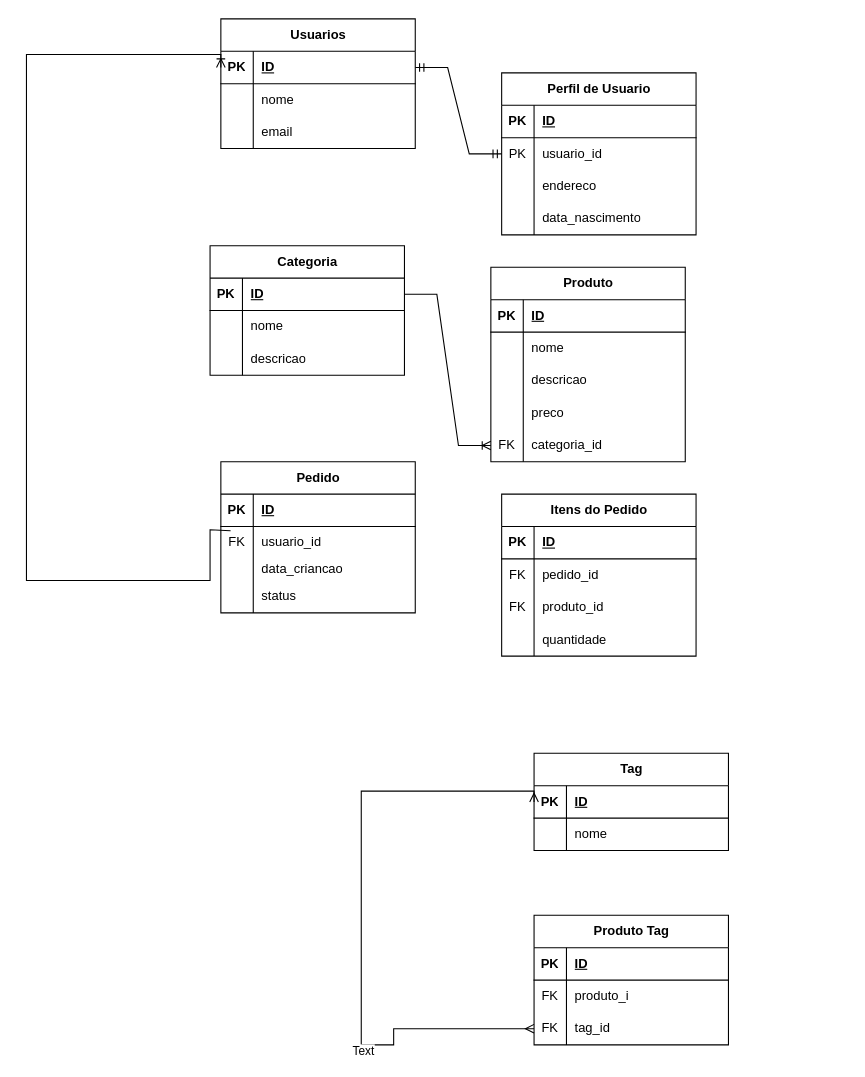
The draw.io diagram Diagrama sem nome.drawio in HamzaRP/projeto-naruto, before the edit. Source tidied: cells renumbered, new cells numbered last; positions are measured from the earlier drawing's top-left corner, leaving out a move shared by most shapes. Both pictures are drawn from the tidied source at 108%, with x=0, y=0 at pixel (26, 18).
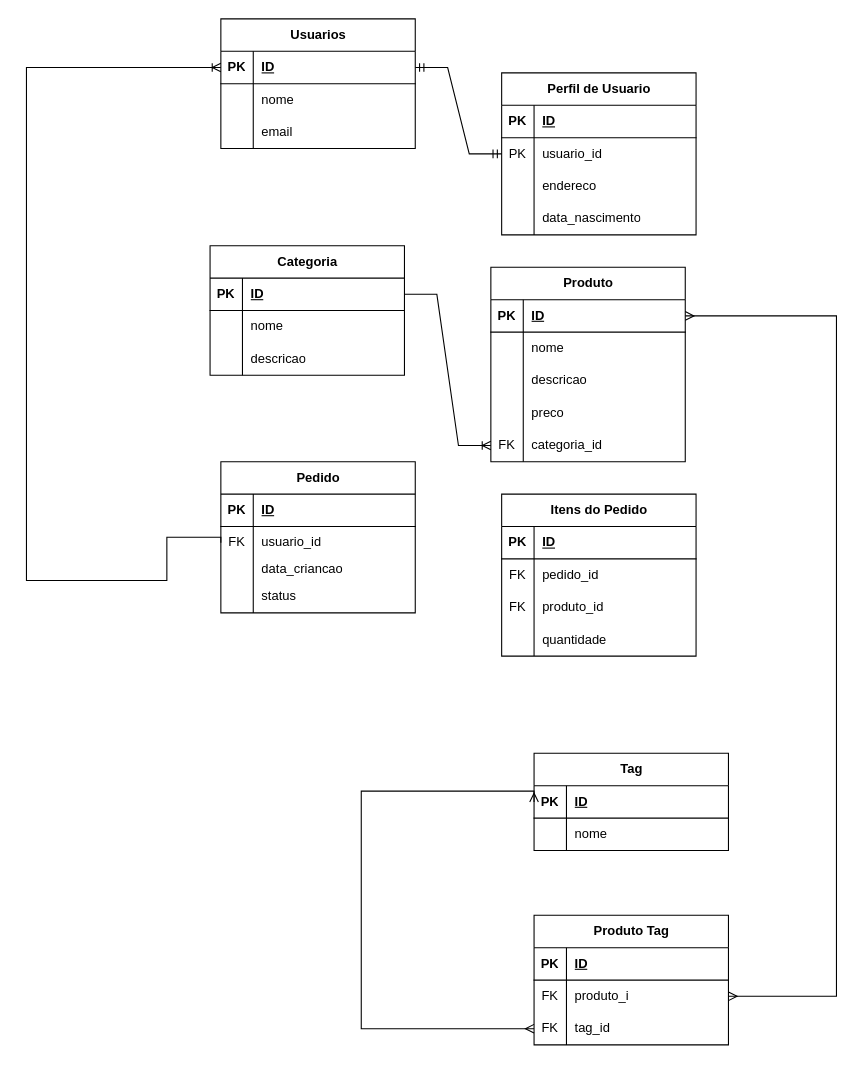
The same page after the edit.

The change refers to these unchanged cells:
```xml
<mxCell id="3" style="shape=tableRow;horizontal=0;startSize=0;swimlaneHead=0;swimlaneBody=0;fillColor=none;points=[[0,0.5],[1,0.5]];portConstraint=eastwest;top=0;left=0;right=0;bottom=1;" parent="2" vertex="1">
  <mxGeometry y="30" width="180" height="30" as="geometry" />
</mxCell>
<mxCell id="36" style="shape=tableRow;horizontal=0;startSize=0;swimlaneHead=0;swimlaneBody=0;fillColor=none;points=[[0,0.5],[1,0.5]];portConstraint=eastwest;top=0;left=0;right=0;bottom=1;" parent="35" vertex="1">
  <mxGeometry y="30" width="180" height="30" as="geometry" />
</mxCell>
<mxCell id="57" style="shape=tableRow;horizontal=0;startSize=0;swimlaneHead=0;swimlaneBody=0;fillColor=none;points=[[0,0.5],[1,0.5]];portConstraint=eastwest;top=0;left=0;right=0;bottom=0;" parent="53" vertex="1">
  <mxGeometry y="60" width="180" height="30" as="geometry" />
</mxCell>
<mxCell id="81" style="shape=tableRow;horizontal=0;startSize=0;swimlaneHead=0;swimlaneBody=0;fillColor=none;points=[[0,0.5],[1,0.5]];portConstraint=eastwest;top=0;left=0;right=0;bottom=1;" parent="80" vertex="1">
  <mxGeometry y="30" width="180" height="30" as="geometry" />
</mxCell>
<mxCell id="91" style="shape=tableRow;horizontal=0;startSize=0;swimlaneHead=0;swimlaneBody=0;fillColor=none;points=[[0,0.5],[1,0.5]];portConstraint=eastwest;top=0;left=0;right=0;bottom=0;" parent="87" vertex="1">
  <mxGeometry y="60" width="180" height="30" as="geometry" />
</mxCell>
<mxCell id="94" style="shape=tableRow;horizontal=0;startSize=0;swimlaneHead=0;swimlaneBody=0;fillColor=none;points=[[0,0.5],[1,0.5]];portConstraint=eastwest;top=0;left=0;right=0;bottom=0;" parent="87" vertex="1">
  <mxGeometry y="90" width="180" height="30" as="geometry" />
</mxCell>
```

What changed in the source:
```diff
@@
-    <mxCell id="79" style="edgeStyle=orthogonalEdgeStyle;fontSize=12;html=1;endArrow=ERoneToMany;rounded=0;entryX=0;entryY=0.5;entryDx=0;entryDy=0;exitX=0.05;exitY=0.133;exitDx=0;exitDy=0;exitPerimeter=0;" parent="1" edge="1" source="57" target="3">
+    <mxCell id="79" style="edgeStyle=orthogonalEdgeStyle;fontSize=12;html=1;endArrow=ERoneToMany;rounded=0;entryX=0;entryY=0.5;entryDx=0;entryDy=0;exitX=0;exitY=0.5;exitDx=0;exitDy=0;" parent="1" edge="1" source="57" target="3">
       <mxGeometry relative="1" as="geometry">
         <Array as="points">
-          <mxPoint x="170" y="473" />
-          <mxPoint x="170" y="520" />
+          <mxPoint x="180" y="480" />
+          <mxPoint x="130" y="480" />
+          <mxPoint x="130" y="520" />
           <mxPoint y="520" />
-          <mxPoint y="33" />
-          <mxPoint x="180" y="33" />
+          <mxPoint y="45" />
         </Array>
       </mxGeometry>
     </mxCell>
@@
     <mxCell id="97" style="edgeStyle=orthogonalEdgeStyle;fontSize=12;html=1;endArrow=ERmany;startArrow=ERmany;rounded=0;entryX=0;entryY=0.5;entryDx=0;entryDy=0;exitX=0;exitY=0.5;exitDx=0;exitDy=0;" parent="1" edge="1" source="94" target="81">
       <mxGeometry relative="1" as="geometry">
         <Array as="points">
-          <mxPoint x="340" y="935" />
-          <mxPoint x="340" y="950" />
-          <mxPoint x="310" y="950" />
+          <mxPoint x="310" y="935" />
           <mxPoint x="310" y="715" />
           <mxPoint x="470" y="715" />
         </Array>
       </mxGeometry>
     </mxCell>
-    <mxCell id="98" value="Text" style="edgeLabel;html=1;align=center;verticalAlign=middle;" parent="97" vertex="1">
-      <mxGeometry x="-0.4" y="5" relative="1" as="geometry" />
-    </mxCell>
+    <mxCell id="99" style="edgeStyle=orthogonalEdgeStyle;fontSize=12;html=1;endArrow=ERmany;startArrow=ERmany;rounded=0;entryX=1;entryY=0.5;entryDx=0;entryDy=0;exitX=1;exitY=0.5;exitDx=0;exitDy=0;" parent="1" edge="1" source="36" target="91">
+      <mxGeometry relative="1" as="geometry">
+        <Array as="points">
+          <mxPoint x="750" y="275" />
+          <mxPoint x="750" y="905" />
+        </Array>
+      </mxGeometry>
+    </mxCell>
```
